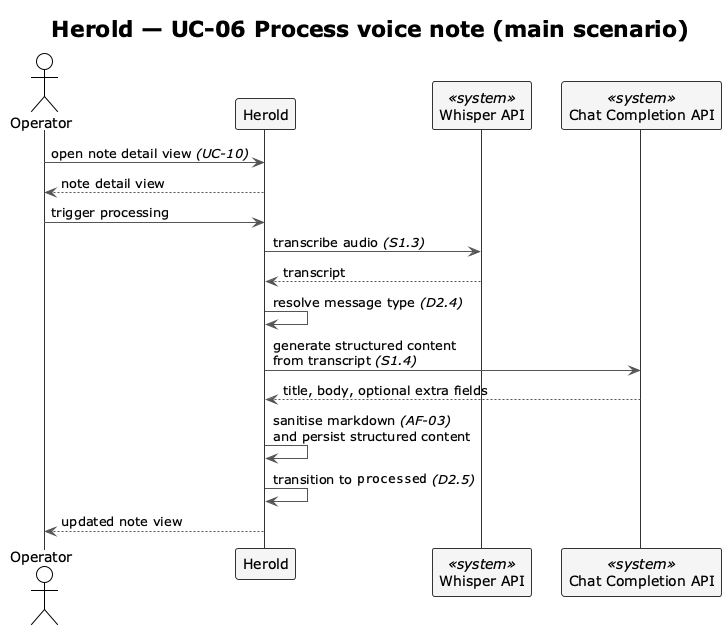
The PlantUML diagram docs/spec/diagrams-png/f2-uc06-process-note.png in carstenlucke/herold, before a commit.
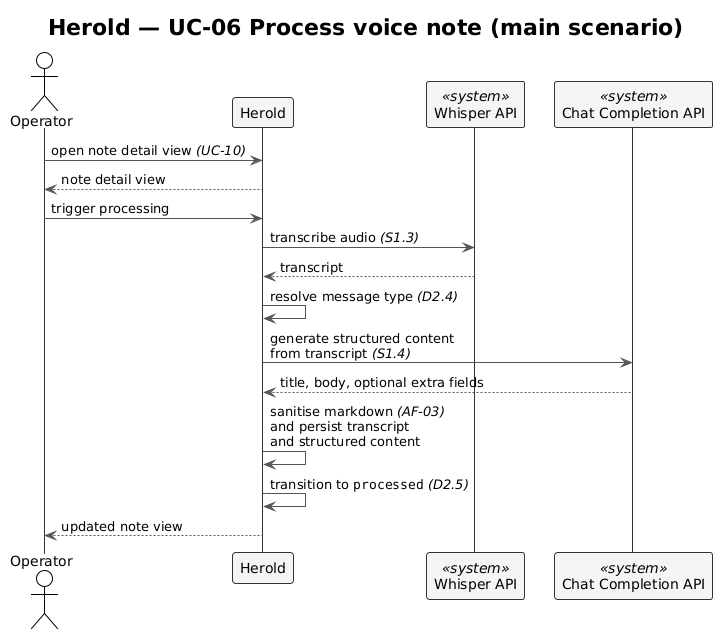
Above is the later version.

Diff of the diagram source:
```diff
@@ -24,7 +24,7 @@
 SYS ->  SYS     : resolve message type //(D2.4)//
 SYS ->  CHAT    : generate structured content\nfrom transcript //(S1.4)//
 CHAT --> SYS    : title, body, optional extra fields
-SYS ->  SYS     : sanitise markdown //(AF-03)//\nand persist structured content
+SYS ->  SYS     : sanitise markdown //(AF-03)//\nand persist transcript\nand structured content
 SYS ->  SYS     : transition to ""processed"" //(D2.5)//
 SYS --> OP      : updated note view
 
```
